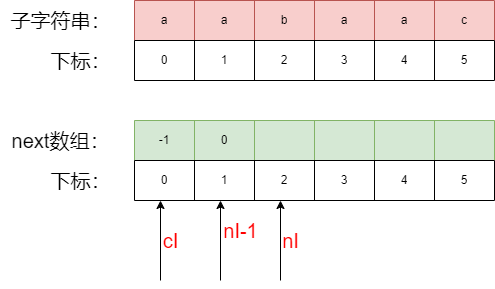
The draw.io diagram algrithem/kmp_gen_next.drawio.png in muxicode/c153080686, before a commit. Source tidied: cells renumbered, new cells last; positions are measured from the earlier drawing's top-left corner, leaving out a move shared by most shapes. Source of this version:
```xml
<mxGraphModel>
  <root>
    <mxCell id="0" />
    <mxCell id="1" parent="0" />
    <mxCell id="2" style="shape=table;startSize=0;fillColor=#f8cecc;strokeColor=#b85450;" parent="1" vertex="1">
      <mxGeometry x="134" width="360" height="40" as="geometry" />
    </mxCell>
    <mxCell id="3" style="shape=tableRow;horizontal=0;startSize=0;swimlaneHead=0;swimlaneBody=0;strokeColor=inherit;top=0;left=0;bottom=0;right=0;fillColor=none;" parent="2" vertex="1">
      <mxGeometry width="360" height="40" as="geometry" />
    </mxCell>
    <mxCell id="4" value="a" style="shape=partialRectangle;html=1;whiteSpace=wrap;strokeColor=inherit;overflow=hidden;fillColor=none;top=0;left=0;bottom=0;right=0;" parent="3" vertex="1">
      <mxGeometry width="60" height="40" as="geometry" />
    </mxCell>
    <mxCell id="5" value="a" style="shape=partialRectangle;html=1;whiteSpace=wrap;strokeColor=inherit;overflow=hidden;fillColor=none;top=0;left=0;bottom=0;right=0;" parent="3" vertex="1">
      <mxGeometry x="60" width="60" height="40" as="geometry" />
    </mxCell>
    <mxCell id="6" value="b" style="shape=partialRectangle;html=1;whiteSpace=wrap;strokeColor=inherit;overflow=hidden;fillColor=none;top=0;left=0;bottom=0;right=0;" parent="3" vertex="1">
      <mxGeometry x="120" width="60" height="40" as="geometry" />
    </mxCell>
    <mxCell id="7" value="a" style="shape=partialRectangle;html=1;whiteSpace=wrap;strokeColor=inherit;overflow=hidden;fillColor=none;top=0;left=0;bottom=0;right=0;" parent="3" vertex="1">
      <mxGeometry x="180" width="60" height="40" as="geometry" />
    </mxCell>
    <mxCell id="8" value="a" style="shape=partialRectangle;html=1;whiteSpace=wrap;strokeColor=inherit;overflow=hidden;fillColor=none;top=0;left=0;bottom=0;right=0;" parent="3" vertex="1">
      <mxGeometry x="240" width="60" height="40" as="geometry" />
    </mxCell>
    <mxCell id="9" value="c" style="shape=partialRectangle;html=1;whiteSpace=wrap;strokeColor=inherit;overflow=hidden;fillColor=none;top=0;left=0;bottom=0;right=0;" parent="3" vertex="1">
      <mxGeometry x="300" width="60" height="40" as="geometry" />
    </mxCell>
    <mxCell id="10" style="shape=table;startSize=0;" parent="1" vertex="1">
      <mxGeometry x="134" y="40" width="360" height="40" as="geometry" />
    </mxCell>
    <mxCell id="11" style="shape=tableRow;horizontal=0;startSize=0;swimlaneHead=0;swimlaneBody=0;strokeColor=inherit;top=0;left=0;bottom=0;right=0;fillColor=none;" parent="10" vertex="1">
      <mxGeometry width="360" height="40" as="geometry" />
    </mxCell>
    <mxCell id="12" value="0" style="shape=partialRectangle;html=1;whiteSpace=wrap;strokeColor=inherit;overflow=hidden;fillColor=none;top=0;left=0;bottom=0;right=0;" parent="11" vertex="1">
      <mxGeometry width="60" height="40" as="geometry" />
    </mxCell>
    <mxCell id="13" value="1" style="shape=partialRectangle;html=1;whiteSpace=wrap;strokeColor=inherit;overflow=hidden;fillColor=none;top=0;left=0;bottom=0;right=0;" parent="11" vertex="1">
      <mxGeometry x="60" width="60" height="40" as="geometry" />
    </mxCell>
    <mxCell id="14" value="2" style="shape=partialRectangle;html=1;whiteSpace=wrap;strokeColor=inherit;overflow=hidden;fillColor=none;top=0;left=0;bottom=0;right=0;" parent="11" vertex="1">
      <mxGeometry x="120" width="60" height="40" as="geometry" />
    </mxCell>
    <mxCell id="15" value="3" style="shape=partialRectangle;html=1;whiteSpace=wrap;strokeColor=inherit;overflow=hidden;fillColor=none;top=0;left=0;bottom=0;right=0;" parent="11" vertex="1">
      <mxGeometry x="180" width="60" height="40" as="geometry" />
    </mxCell>
    <mxCell id="16" value="4" style="shape=partialRectangle;html=1;whiteSpace=wrap;strokeColor=inherit;overflow=hidden;fillColor=none;top=0;left=0;bottom=0;right=0;" parent="11" vertex="1">
      <mxGeometry x="240" width="60" height="40" as="geometry" />
    </mxCell>
    <mxCell id="17" value="5" style="shape=partialRectangle;html=1;whiteSpace=wrap;strokeColor=inherit;overflow=hidden;fillColor=none;top=0;left=0;bottom=0;right=0;" parent="11" vertex="1">
      <mxGeometry x="300" width="60" height="40" as="geometry" />
    </mxCell>
    <mxCell id="18" value="&lt;font style=&quot;font-size: 20px;&quot;&gt;子字符串：&lt;/font&gt;" style="text;html=1;align=center;verticalAlign=middle;strokeColor=none;fillColor=none;" parent="1" vertex="1">
      <mxGeometry width="120" height="40" as="geometry" />
    </mxCell>
    <mxCell id="19" value="&lt;font style=&quot;font-size: 20px;&quot;&gt;下标：&lt;/font&gt;" style="text;html=1;align=center;verticalAlign=middle;strokeColor=none;fillColor=none;" parent="1" vertex="1">
      <mxGeometry x="40" y="40" width="80" height="40" as="geometry" />
    </mxCell>
    <mxCell id="20" style="shape=table;startSize=0;fillColor=#d5e8d4;strokeColor=#82b366;" parent="1" vertex="1">
      <mxGeometry x="134" y="120" width="360" height="40" as="geometry" />
    </mxCell>
    <mxCell id="21" style="shape=tableRow;horizontal=0;startSize=0;swimlaneHead=0;swimlaneBody=0;strokeColor=inherit;top=0;left=0;bottom=0;right=0;fillColor=none;" parent="20" vertex="1">
      <mxGeometry width="360" height="40" as="geometry" />
    </mxCell>
    <mxCell id="22" value="-1" style="shape=partialRectangle;html=1;whiteSpace=wrap;strokeColor=inherit;overflow=hidden;fillColor=none;top=0;left=0;bottom=0;right=0;" parent="21" vertex="1">
      <mxGeometry width="60" height="40" as="geometry" />
    </mxCell>
    <mxCell id="23" value="0" style="shape=partialRectangle;html=1;whiteSpace=wrap;strokeColor=inherit;overflow=hidden;fillColor=none;top=0;left=0;bottom=0;right=0;" parent="21" vertex="1">
      <mxGeometry x="60" width="60" height="40" as="geometry" />
    </mxCell>
    <mxCell id="24" style="shape=partialRectangle;html=1;whiteSpace=wrap;strokeColor=inherit;overflow=hidden;fillColor=none;top=0;left=0;bottom=0;right=0;" parent="21" vertex="1">
      <mxGeometry x="120" width="60" height="40" as="geometry" />
    </mxCell>
    <mxCell id="25" style="shape=partialRectangle;html=1;whiteSpace=wrap;strokeColor=inherit;overflow=hidden;fillColor=none;top=0;left=0;bottom=0;right=0;" parent="21" vertex="1">
      <mxGeometry x="180" width="60" height="40" as="geometry" />
    </mxCell>
    <mxCell id="26" style="shape=partialRectangle;html=1;whiteSpace=wrap;strokeColor=inherit;overflow=hidden;fillColor=none;top=0;left=0;bottom=0;right=0;" parent="21" vertex="1">
      <mxGeometry x="240" width="60" height="40" as="geometry" />
    </mxCell>
    <mxCell id="27" style="shape=partialRectangle;html=1;whiteSpace=wrap;strokeColor=inherit;overflow=hidden;fillColor=none;top=0;left=0;bottom=0;right=0;" parent="21" vertex="1">
      <mxGeometry x="300" width="60" height="40" as="geometry" />
    </mxCell>
    <mxCell id="28" style="shape=table;startSize=0;" parent="1" vertex="1">
      <mxGeometry x="134" y="160" width="360" height="40" as="geometry" />
    </mxCell>
    <mxCell id="29" style="shape=tableRow;horizontal=0;startSize=0;swimlaneHead=0;swimlaneBody=0;strokeColor=inherit;top=0;left=0;bottom=0;right=0;fillColor=none;" parent="28" vertex="1">
      <mxGeometry width="360" height="40" as="geometry" />
    </mxCell>
    <mxCell id="30" value="0" style="shape=partialRectangle;html=1;whiteSpace=wrap;strokeColor=inherit;overflow=hidden;fillColor=none;top=0;left=0;bottom=0;right=0;" parent="29" vertex="1">
      <mxGeometry width="60" height="40" as="geometry" />
    </mxCell>
    <mxCell id="31" value="1" style="shape=partialRectangle;html=1;whiteSpace=wrap;strokeColor=inherit;overflow=hidden;fillColor=none;top=0;left=0;bottom=0;right=0;" parent="29" vertex="1">
      <mxGeometry x="60" width="60" height="40" as="geometry" />
    </mxCell>
    <mxCell id="32" value="2" style="shape=partialRectangle;html=1;whiteSpace=wrap;strokeColor=inherit;overflow=hidden;fillColor=none;top=0;left=0;bottom=0;right=0;" parent="29" vertex="1">
      <mxGeometry x="120" width="60" height="40" as="geometry" />
    </mxCell>
    <mxCell id="33" value="3" style="shape=partialRectangle;html=1;whiteSpace=wrap;strokeColor=inherit;overflow=hidden;fillColor=none;top=0;left=0;bottom=0;right=0;" parent="29" vertex="1">
      <mxGeometry x="180" width="60" height="40" as="geometry" />
    </mxCell>
    <mxCell id="34" value="4" style="shape=partialRectangle;html=1;whiteSpace=wrap;strokeColor=inherit;overflow=hidden;fillColor=none;top=0;left=0;bottom=0;right=0;" parent="29" vertex="1">
      <mxGeometry x="240" width="60" height="40" as="geometry" />
    </mxCell>
    <mxCell id="35" value="5" style="shape=partialRectangle;html=1;whiteSpace=wrap;strokeColor=inherit;overflow=hidden;fillColor=none;top=0;left=0;bottom=0;right=0;" parent="29" vertex="1">
      <mxGeometry x="300" width="60" height="40" as="geometry" />
    </mxCell>
    <mxCell id="36" value="&lt;font style=&quot;font-size: 20px;&quot;&gt;next数组：&lt;/font&gt;" style="text;html=1;align=center;verticalAlign=middle;strokeColor=none;fillColor=none;" parent="1" vertex="1">
      <mxGeometry y="120" width="120" height="40" as="geometry" />
    </mxCell>
    <mxCell id="37" value="&lt;font style=&quot;font-size: 20px;&quot;&gt;下标：&lt;/font&gt;" style="text;html=1;align=center;verticalAlign=middle;strokeColor=none;fillColor=none;" parent="1" vertex="1">
      <mxGeometry x="40" y="160" width="80" height="40" as="geometry" />
    </mxCell>
    <mxCell id="38" value="&lt;font color=&quot;#ff0000&quot; style=&quot;font-size: 20px;&quot;&gt;nI&lt;/font&gt;" style="endArrow=classic;html=1;rounded=0;" parent="1" edge="1">
      <mxGeometry y="-10" relative="1" as="geometry">
        <mxPoint x="280" y="280" as="sourcePoint" />
        <mxPoint x="280" y="200" as="targetPoint" />
      </mxGeometry>
    </mxCell>
    <mxCell id="39" value="&lt;font color=&quot;#ff0000&quot; style=&quot;font-size: 20px;&quot;&gt;cI&lt;/font&gt;" style="endArrow=classic;html=1;rounded=0;" parent="1" edge="1">
      <mxGeometry y="-10" relative="1" as="geometry">
        <mxPoint x="160" y="280" as="sourcePoint" />
        <mxPoint x="160" y="200" as="targetPoint" />
      </mxGeometry>
    </mxCell>
    <mxCell id="40" value="&lt;font color=&quot;#ff0000&quot; style=&quot;font-size: 20px;&quot;&gt;nI-1&lt;/font&gt;" style="endArrow=classic;html=1;rounded=0;" parent="1" edge="1">
      <mxGeometry x="0.25" y="-20" relative="1" as="geometry">
        <mxPoint x="220" y="280" as="sourcePoint" />
        <mxPoint x="220" y="200" as="targetPoint" />
      </mxGeometry>
    </mxCell>
  </root>
</mxGraphModel>
```
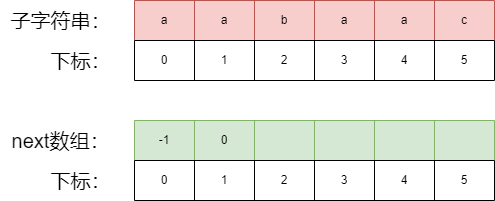
Later version of the same file.

The edit, as a diff of the source:
```diff
@@ -110,23 +110,5 @@
     <mxCell id="37" value="&lt;font style=&quot;font-size: 20px;&quot;&gt;下标：&lt;/font&gt;" style="text;html=1;align=center;verticalAlign=middle;strokeColor=none;fillColor=none;" parent="1" vertex="1">
       <mxGeometry x="40" y="160" width="80" height="40" as="geometry" />
     </mxCell>
-    <mxCell id="38" value="&lt;font color=&quot;#ff0000&quot; style=&quot;font-size: 20px;&quot;&gt;nI&lt;/font&gt;" style="endArrow=classic;html=1;rounded=0;" parent="1" edge="1">
-      <mxGeometry y="-10" relative="1" as="geometry">
-        <mxPoint x="280" y="280" as="sourcePoint" />
-        <mxPoint x="280" y="200" as="targetPoint" />
-      </mxGeometry>
-    </mxCell>
-    <mxCell id="39" value="&lt;font color=&quot;#ff0000&quot; style=&quot;font-size: 20px;&quot;&gt;cI&lt;/font&gt;" style="endArrow=classic;html=1;rounded=0;" parent="1" edge="1">
-      <mxGeometry y="-10" relative="1" as="geometry">
-        <mxPoint x="160" y="280" as="sourcePoint" />
-        <mxPoint x="160" y="200" as="targetPoint" />
-      </mxGeometry>
-    </mxCell>
-    <mxCell id="40" value="&lt;font color=&quot;#ff0000&quot; style=&quot;font-size: 20px;&quot;&gt;nI-1&lt;/font&gt;" style="endArrow=classic;html=1;rounded=0;" parent="1" edge="1">
-      <mxGeometry x="0.25" y="-20" relative="1" as="geometry">
-        <mxPoint x="220" y="280" as="sourcePoint" />
-        <mxPoint x="220" y="200" as="targetPoint" />
-      </mxGeometry>
-    </mxCell>
   </root>
 </mxGraphModel>
```
